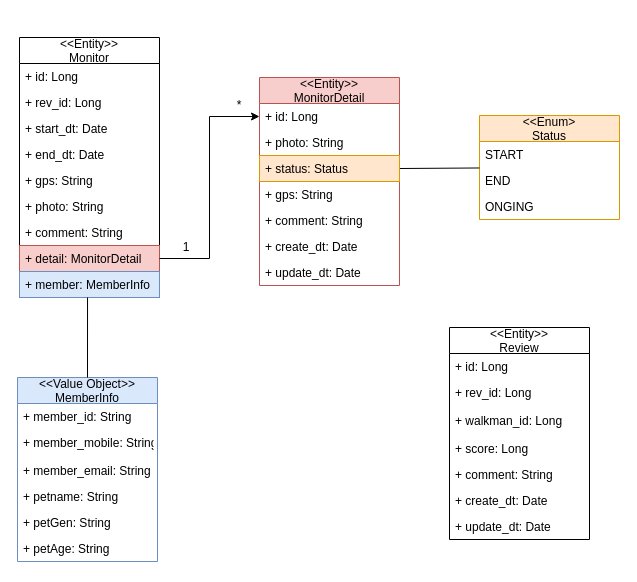
Above: page "Page-3" (3 of 3) of Untitled Diagram.drawio in shimjinyoung/springbootpjt (draw.io), before the change. Source tidied: cells renumbered, new cells numbered last; positions are measured from the earlier drawing's top-left corner, leaving out a move shared by most shapes. Both pictures are drawn from the tidied source at 100%, with x=0, y=0 at pixel (17, 37).
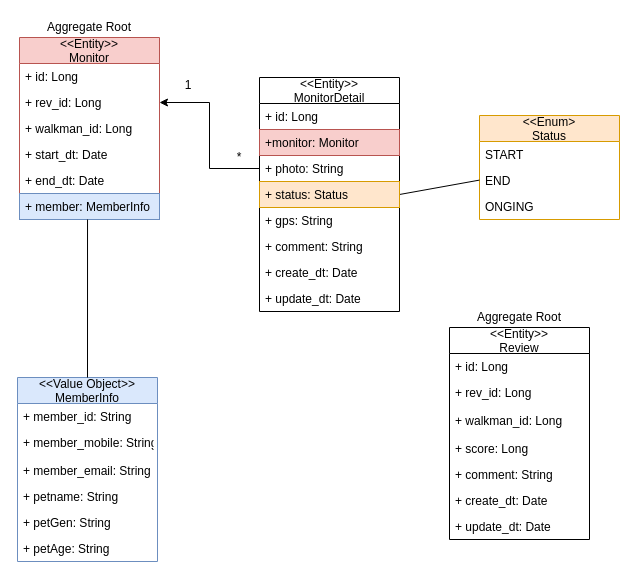
After the change.

Unchanged cells that the change refers to:
```xml
<mxCell id="34" value="+ id: Long" style="text;strokeColor=none;fillColor=none;align=left;verticalAlign=top;spacingLeft=4;spacingRight=4;overflow=hidden;points=[[0,0.5],[1,0.5]];portConstraint=eastwest;" parent="33" vertex="1">
  <mxGeometry y="26" width="140" height="26" as="geometry" />
</mxCell>
```

Change to the diagram source:
```diff
@@
-    <mxCell id="2" value="&lt;&lt;Entity&gt;&gt;&#10;Monitor" style="swimlane;fontStyle=0;horizontal=1;startSize=26;fillColor=none;" parent="1" vertex="1">
-      <mxGeometry x="2" width="140" height="260" as="geometry" />
+    <mxCell id="2" value="&lt;&lt;Entity&gt;&gt;&#10;Monitor" style="swimlane;fontStyle=0;horizontal=1;startSize=26;fillColor=#f8cecc;strokeColor=#b85450;" parent="1" vertex="1">
+      <mxGeometry x="2" width="140" height="182" as="geometry" />
     </mxCell>
@@
+    <mxCell id="44" value="+ rev_id: Long" style="text;strokeColor=none;fillColor=none;align=left;verticalAlign=top;spacingLeft=4;spacingRight=4;overflow=hidden;points=[[0,0.5],[1,0.5]];portConstraint=eastwest;" parent="2" vertex="1">
+      <mxGeometry y="52" width="140" height="26" as="geometry" />
+    </mxCell>
-    <mxCell id="4" value="+ rev_id: Long" style="text;strokeColor=none;fillColor=none;align=left;verticalAlign=top;spacingLeft=4;spacingRight=4;overflow=hidden;" parent="2" vertex="1">
-      <mxGeometry y="52" width="140" height="26" as="geometry" />
+    <mxCell id="4" value="+ walkman_id: Long" style="text;strokeColor=none;fillColor=none;align=left;verticalAlign=top;spacingLeft=4;spacingRight=4;overflow=hidden;" parent="2" vertex="1">
+      <mxGeometry y="78" width="140" height="26" as="geometry" />
     </mxCell>
     <mxCell id="5" value="+ start_dt: Date" style="text;strokeColor=none;fillColor=none;align=left;verticalAlign=top;spacingLeft=4;spacingRight=4;overflow=hidden;" parent="2" vertex="1">
-      <mxGeometry y="78" width="140" height="26" as="geometry" />
+      <mxGeometry y="104" width="140" height="26" as="geometry" />
     </mxCell>
     <mxCell id="6" value="+ end_dt: Date" style="text;strokeColor=none;fillColor=none;align=left;verticalAlign=top;spacingLeft=4;spacingRight=4;overflow=hidden;" parent="2" vertex="1">
-      <mxGeometry y="104" width="140" height="26" as="geometry" />
+      <mxGeometry y="130" width="140" height="26" as="geometry" />
     </mxCell>
-    <mxCell id="7" value="+ gps: String" style="text;strokeColor=none;fillColor=none;align=left;verticalAlign=top;spacingLeft=4;spacingRight=4;overflow=hidden;" parent="2" vertex="1">
-      <mxGeometry y="130" width="140" height="26" as="geometry" />
-    </mxCell>
-    <mxCell id="8" value="+ photo: String" style="text;strokeColor=none;fillColor=none;align=left;verticalAlign=top;spacingLeft=4;spacingRight=4;overflow=hidden;" parent="2" vertex="1">
-      <mxGeometry y="156" width="140" height="26" as="geometry" />
-    </mxCell>
-    <mxCell id="9" value="+ comment: String" style="text;strokeColor=none;fillColor=none;align=left;verticalAlign=top;spacingLeft=4;spacingRight=4;overflow=hidden;" parent="2" vertex="1">
-      <mxGeometry y="182" width="140" height="26" as="geometry" />
-    </mxCell>
-    <mxCell id="10" value="+ detail: MonitorDetail" style="text;strokeColor=#b85450;fillColor=#f8cecc;align=left;verticalAlign=top;spacingLeft=4;spacingRight=4;overflow=hidden;points=[[0,0.5],[1,0.5]];portConstraint=eastwest;" parent="2" vertex="1">
-      <mxGeometry y="208" width="140" height="26" as="geometry" />
-    </mxCell>
     <mxCell id="11" value="+ member: MemberInfo" style="text;strokeColor=#6c8ebf;fillColor=#dae8fc;align=left;verticalAlign=top;spacingLeft=4;spacingRight=4;overflow=hidden;points=[[0,0.5],[1,0.5]];portConstraint=eastwest;" parent="2" vertex="1">
-      <mxGeometry y="234" width="140" height="26" as="geometry" />
+      <mxGeometry y="156" width="140" height="26" as="geometry" />
     </mxCell>
@@
-    <mxCell id="33" value="&lt;&lt;Entity&gt;&gt;&#10;MonitorDetail" style="swimlane;fontStyle=0;horizontal=1;startSize=26;fillColor=#f8cecc;strokeColor=#b85450;" parent="1" vertex="1">
-      <mxGeometry x="242" y="40" width="140" height="208" as="geometry" />
+    <mxCell id="33" value="&lt;&lt;Entity&gt;&gt;&#10;MonitorDetail" style="swimlane;fontStyle=0;horizontal=1;startSize=26;" parent="1" vertex="1">
+      <mxGeometry x="242" y="40" width="140" height="234" as="geometry" />
     </mxCell>
@@
+    <mxCell id="45" value="+monitor: Monitor" style="text;strokeColor=#b85450;fillColor=#f8cecc;align=left;verticalAlign=top;spacingLeft=4;spacingRight=4;overflow=hidden;" parent="33" vertex="1">
+      <mxGeometry y="52" width="140" height="26" as="geometry" />
+    </mxCell>
     <mxCell id="35" value="+ photo: String" style="text;strokeColor=none;fillColor=none;align=left;verticalAlign=top;spacingLeft=4;spacingRight=4;overflow=hidden;points=[[0,0.5],[1,0.5]];portConstraint=eastwest;" parent="33" vertex="1">
-      <mxGeometry y="52" width="140" height="26" as="geometry" />
+      <mxGeometry y="78" width="140" height="26" as="geometry" />
     </mxCell>
     <mxCell id="36" value="+ status: Status" style="text;strokeColor=#d79b00;fillColor=#ffe6cc;align=left;verticalAlign=top;spacingLeft=4;spacingRight=4;overflow=hidden;points=[[0,0.5],[1,0.5]];portConstraint=eastwest;" parent="33" vertex="1">
-      <mxGeometry y="78" width="140" height="26" as="geometry" />
+      <mxGeometry y="104" width="140" height="26" as="geometry" />
     </mxCell>
     <mxCell id="37" value="+ gps: String" style="text;strokeColor=none;fillColor=none;align=left;verticalAlign=top;spacingLeft=4;spacingRight=4;overflow=hidden;" parent="33" vertex="1">
-      <mxGeometry y="104" width="140" height="26" as="geometry" />
+      <mxGeometry y="130" width="140" height="26" as="geometry" />
     </mxCell>
     <mxCell id="38" value="+ comment: String" style="text;strokeColor=none;fillColor=none;align=left;verticalAlign=top;spacingLeft=4;spacingRight=4;overflow=hidden;" parent="33" vertex="1">
-      <mxGeometry y="130" width="140" height="26" as="geometry" />
+      <mxGeometry y="156" width="140" height="26" as="geometry" />
     </mxCell>
     <mxCell id="39" value="+ create_dt: Date" style="text;strokeColor=none;fillColor=none;align=left;verticalAlign=top;spacingLeft=4;spacingRight=4;overflow=hidden;" parent="33" vertex="1">
-      <mxGeometry y="156" width="140" height="26" as="geometry" />
+      <mxGeometry y="182" width="140" height="26" as="geometry" />
     </mxCell>
     <mxCell id="40" value="+ update_dt: Date" style="text;strokeColor=none;fillColor=none;align=left;verticalAlign=top;spacingLeft=4;spacingRight=4;overflow=hidden;" parent="33" vertex="1">
-      <mxGeometry y="182" width="140" height="26" as="geometry" />
+      <mxGeometry y="208" width="140" height="26" as="geometry" />
     </mxCell>
-    <mxCell id="41" style="edgeStyle=orthogonalEdgeStyle;rounded=0;jettySize=auto;html=1;entryX=0;entryY=0.5;entryDx=0;entryDy=0;exitX=1;exitY=0.5;exitDx=0;exitDy=0;" parent="1" edge="1" source="10" target="34">
-      <mxGeometry relative="1" as="geometry" />
-    </mxCell>
+    <mxCell id="46" value="Aggregate Root" style="text;html=1;strokeColor=none;fillColor=none;align=center;verticalAlign=middle;whiteSpace=wrap;rounded=0;" parent="1" vertex="1">
+      <mxGeometry x="17" y="-20" width="110" height="20" as="geometry" />
+    </mxCell>
+    <mxCell id="47" value="Aggregate Root" style="text;html=1;strokeColor=none;fillColor=none;align=center;verticalAlign=middle;whiteSpace=wrap;rounded=0;" parent="1" vertex="1">
+      <mxGeometry x="447" y="270" width="110" height="20" as="geometry" />
+    </mxCell>
+    <mxCell id="48" style="edgeStyle=orthogonalEdgeStyle;rounded=0;jettySize=auto;html=1;entryX=1;entryY=0.5;entryDx=0;entryDy=0;startArrow=none;" parent="1" edge="1" source="35" target="44">
+      <mxGeometry relative="1" as="geometry" />
+    </mxCell>
     <mxCell id="42" value="1" style="text;html=1;strokeColor=none;fillColor=none;align=center;verticalAlign=middle;whiteSpace=wrap;rounded=0;" parent="1" vertex="1">
-      <mxGeometry x="149" y="200" width="40" height="20" as="geometry" />
+      <mxGeometry x="151" y="40" width="40" height="16" as="geometry" />
     </mxCell>
     <mxCell id="43" value="*" style="text;html=1;strokeColor=none;fillColor=none;align=center;verticalAlign=middle;whiteSpace=wrap;rounded=0;" parent="1" vertex="1">
-      <mxGeometry x="202" y="58" width="40" height="20" as="geometry" />
+      <mxGeometry x="202" y="110" width="40" height="20" as="geometry" />
     </mxCell>
```
